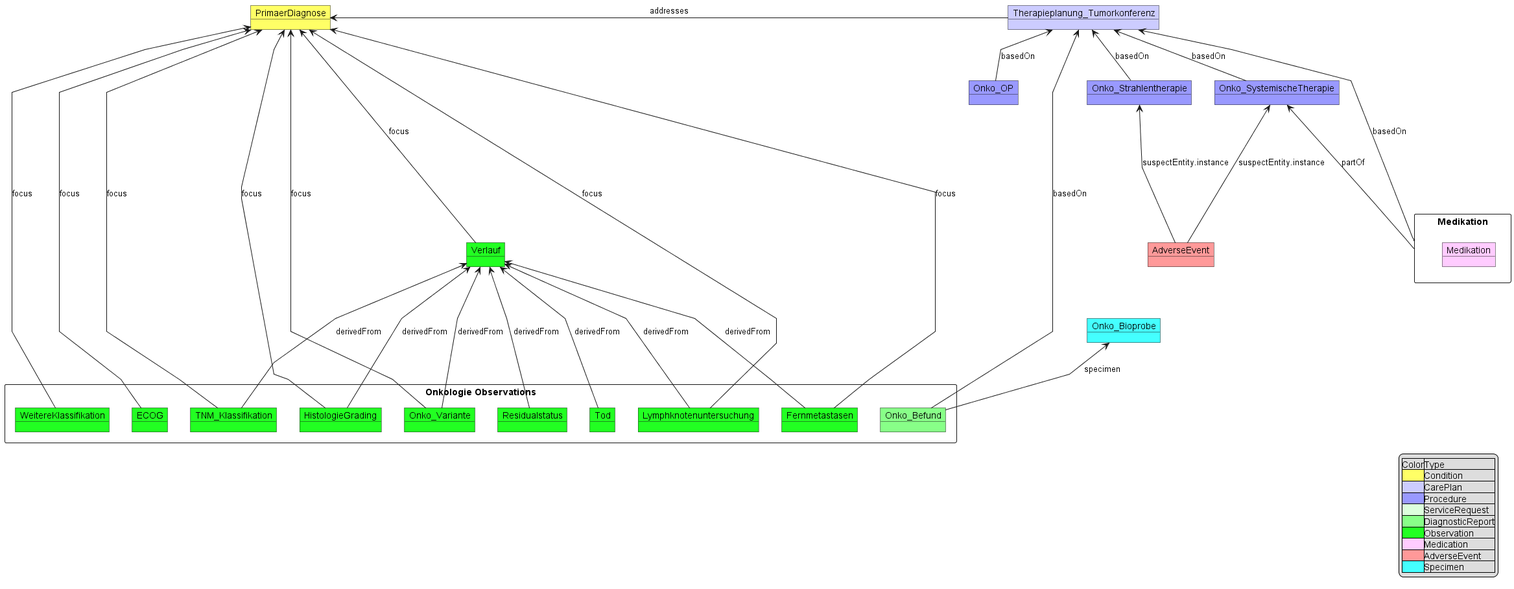
The PlantUML diagram implementation-guides/ImplementationGuide-2024.x-DE/Images/MII_Onko_UML_Relations_v1.png in medizininformatik-initiative/kerndatensatzmodul-onkologie, before a commit.
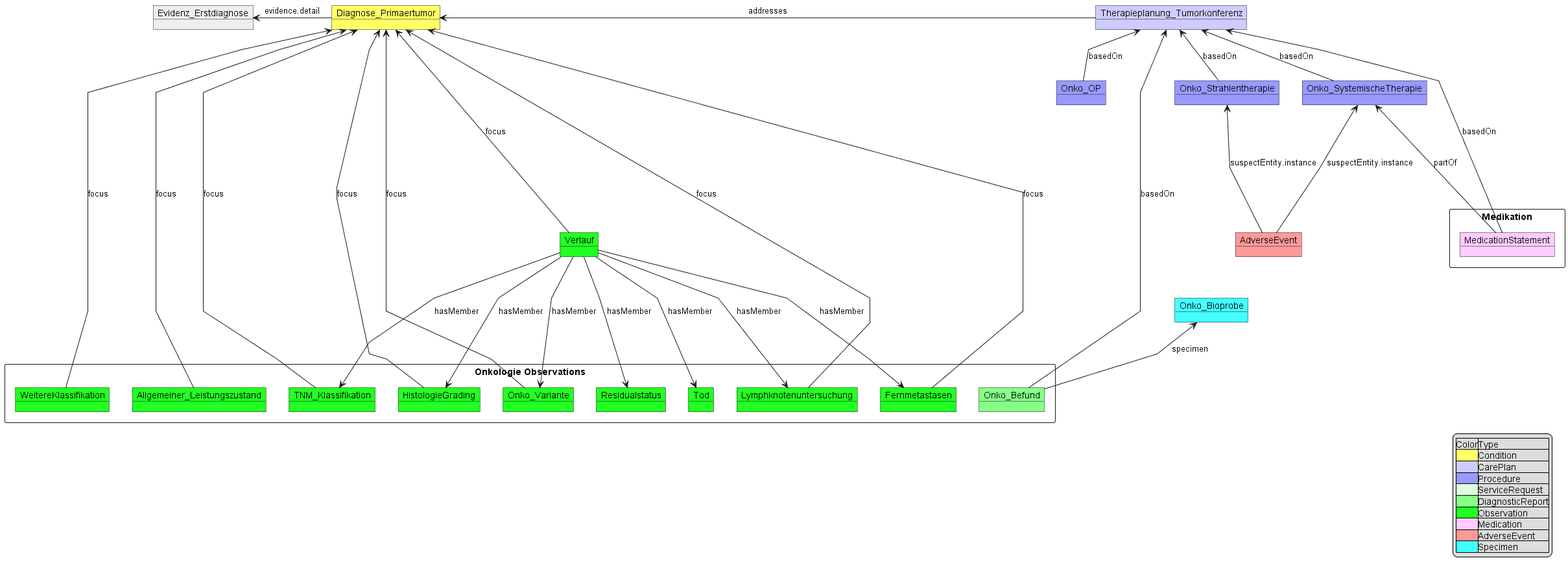
The same diagram one commit later.

What changed in the source:
```diff
@@ -9,11 +9,15 @@
 Therapieplanung_Tumorkonferenz <-- Onko_Strahlentherapie: basedOn
 Therapieplanung_Tumorkonferenz <-- Onko_SystemischeTherapie: basedOn
 rectangle "Medikation" {
-    object Medikation #FFCCFF
+    object MedicationStatement #FFCCFF
 }
-Onko_SystemischeTherapie <--- Medikation : partOf
-Therapieplanung_Tumorkonferenz <--- Medikation: basedOn
-object PrimaerDiagnose #FFFF66
+Onko_SystemischeTherapie <--- MedicationStatement : partOf
+Therapieplanung_Tumorkonferenz <--- MedicationStatement: basedOn
+object Diagnose_Primaertumor #FFFF66
+object Evidenz_Erstdiagnose #EEEEEE
+Diagnose_Primaertumor --left--> Evidenz_Erstdiagnose : evidence.detail
+
+
 
 rectangle "Onkologie Observations"{
     object Onko_Variante #22FF22
@@ -23,35 +27,32 @@
     object Lymphknotenuntersuchung #22FF22
     object HistologieGrading #22FF22
     object Residualstatus #22FF22
-    object ECOG #22FF22
+    object Allgemeiner_Leistungszustand #22FF22
     object Tod #22FF22
     object Onko_Befund #88FF88
 
 }
 
-PrimaerDiagnose <--- TNM_Klassifikation: focus
-PrimaerDiagnose <-right--  Therapieplanung_Tumorkonferenz : addresses
-PrimaerDiagnose <--- Lymphknotenuntersuchung: focus
-PrimaerDiagnose <--- HistologieGrading :focus
-PrimaerDiagnose <--- Onko_Variante :focus
-PrimaerDiagnose <--- WeitereKlassifikation: focus
-PrimaerDiagnose <--- ECOG :focus
-PrimaerDiagnose <--- Fernmetastasen :focus
+Diagnose_Primaertumor <--- TNM_Klassifikation: focus
+Diagnose_Primaertumor <-right--  Therapieplanung_Tumorkonferenz : addresses
+Diagnose_Primaertumor <--- Lymphknotenuntersuchung: focus
+Diagnose_Primaertumor <--- HistologieGrading :focus
+Diagnose_Primaertumor <--- Onko_Variante :focus
+Diagnose_Primaertumor <--- WeitereKlassifikation: focus
+Diagnose_Primaertumor <--- Allgemeiner_Leistungszustand :focus
+Diagnose_Primaertumor <--- Fernmetastasen :focus
 
 Therapieplanung_Tumorkonferenz <-right-- Onko_Befund  : basedOn
 
 object Verlauf #22FF22
-PrimaerDiagnose <----  Verlauf : focus
-Verlauf <--- Tod: derivedFrom
-Verlauf <--- TNM_Klassifikation:  derivedFrom
-Verlauf <---  Lymphknotenuntersuchung : derivedFrom
-Verlauf <---  HistologieGrading : derivedFrom
-Verlauf <--- Fernmetastasen: derivedFrom
-Verlauf <--- Residualstatus:  derivedFrom
-Verlauf <--- Onko_Variante: derivedFrom
-
-
-
+Diagnose_Primaertumor <----  Verlauf : focus
+Verlauf ---> Tod: hasMember
+Verlauf ---> TNM_Klassifikation:  hasMember
+Verlauf --->  Lymphknotenuntersuchung : hasMember
+Verlauf --->  HistologieGrading : hasMember
+Verlauf ---> Fernmetastasen: hasMember
+Verlauf ---> Residualstatus:  hasMember
+Verlauf ---> Onko_Variante: hasMember
 
 object Onko_Bioprobe #44FFFF
 Onko_Bioprobe <-- Onko_Befund : specimen
```
